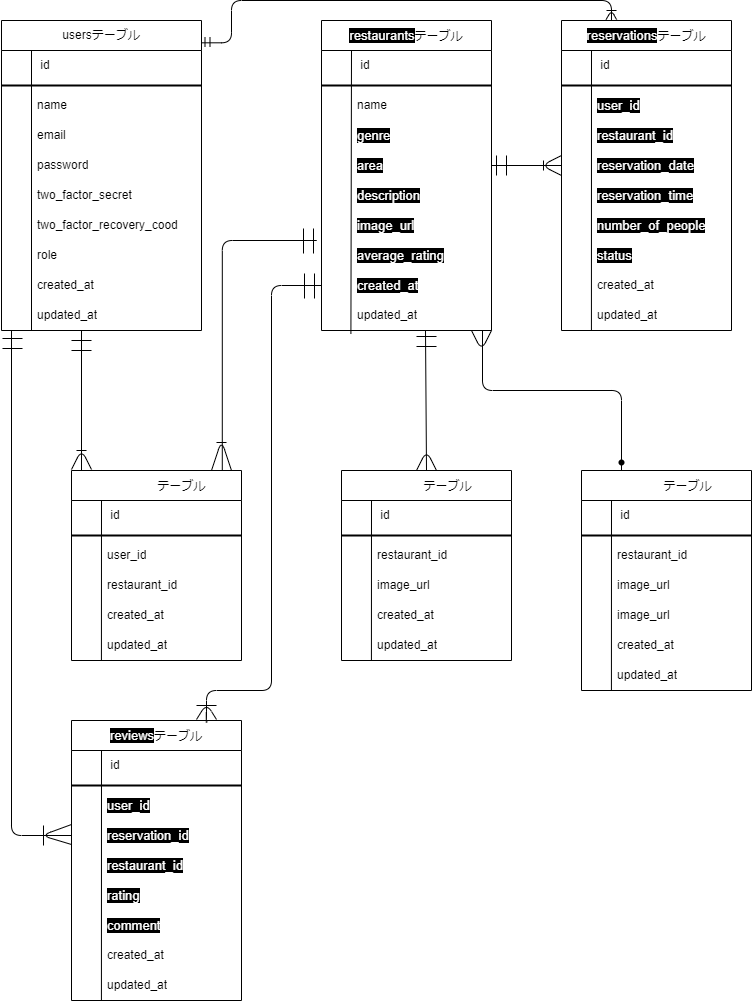
Earlier version of the draw.io export src/index.drawio.png (simanuki0923/Reservation-System). Source tidied: cells renumbered, new cells last; positions are measured from the earlier drawing's top-left corner, leaving out a move shared by most shapes.
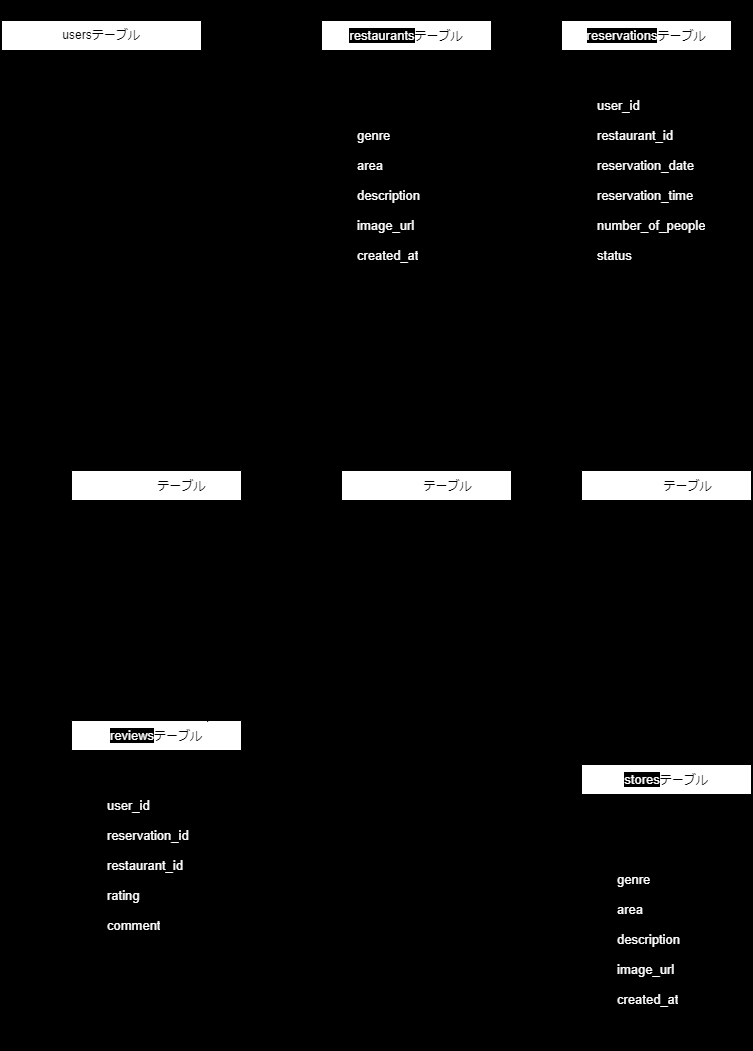
The same file after the commit.

What changed in the source:
```diff
@@ -1,4 +1,4 @@
-<mxGraphModel>
+<mxGraphModel background="#000000">
   <root>
     <mxCell id="0" />
     <mxCell id="1" parent="0" />
@@ -67,7 +67,7 @@
       <mxGeometry y="280" width="170" height="30" as="geometry" />
     </mxCell>
     <mxCell id="22" value="&lt;span style=&quot;color: rgb(255, 255, 255); font-family: Arial; font-size: 13px; text-align: left; background-color: rgb(0, 0, 0);&quot;&gt;restaurants&lt;/span&gt;テーブル" style="swimlane;fontStyle=0;horizontal=1;startSize=30;whiteSpace=wrap;html=1;" parent="1" vertex="1">
-      <mxGeometry x="320" y="20" width="170" height="310" as="geometry" />
+      <mxGeometry x="320" y="20" width="170" height="280" as="geometry" />
     </mxCell>
     <mxCell id="23" value="&amp;nbsp; &amp;nbsp; &amp;nbsp; &amp;nbsp; &amp;nbsp; id" style="text;strokeColor=none;fillColor=none;align=left;verticalAlign=middle;spacingLeft=4;spacingRight=4;overflow=hidden;whiteSpace=wrap;html=1;" parent="22" vertex="1">
       <mxGeometry y="30" width="170" height="30" as="geometry" />
@@ -95,14 +95,11 @@
     <mxCell id="30" value="&amp;nbsp; &amp;nbsp; &amp;nbsp; &amp;nbsp; &amp;nbsp;&lt;font face=&quot;Arial&quot; color=&quot;#ffffff&quot;&gt;&lt;span style=&quot;font-size: 13px; background-color: rgb(0, 0, 0);&quot;&gt;image_url&lt;/span&gt;&lt;/font&gt;" style="text;strokeColor=none;fillColor=none;align=left;verticalAlign=middle;spacingLeft=4;spacingRight=4;overflow=hidden;whiteSpace=wrap;html=1;" parent="22" vertex="1">
       <mxGeometry y="190" width="170" height="30" as="geometry" />
     </mxCell>
-    <mxCell id="31" value="&amp;nbsp; &amp;nbsp; &amp;nbsp; &amp;nbsp; &amp;nbsp;&lt;font face=&quot;Arial&quot; color=&quot;#ffffff&quot;&gt;&lt;span style=&quot;font-size: 13px; background-color: rgb(0, 0, 0);&quot;&gt;average_rating&lt;/span&gt;&lt;/font&gt;" style="text;strokeColor=none;fillColor=none;align=left;verticalAlign=middle;spacingLeft=4;spacingRight=4;overflow=hidden;whiteSpace=wrap;html=1;" parent="22" vertex="1">
-      <mxGeometry y="220" width="170" height="30" as="geometry" />
-    </mxCell>
     <mxCell id="32" value="&amp;nbsp; &amp;nbsp; &amp;nbsp; &amp;nbsp; &amp;nbsp;&lt;span style=&quot;color: rgb(255, 255, 255); font-family: Arial; font-size: 13px; background-color: rgb(0, 0, 0);&quot;&gt;created_at&lt;/span&gt;" style="text;strokeColor=none;fillColor=none;align=left;verticalAlign=middle;spacingLeft=4;spacingRight=4;overflow=hidden;points=[[0,0.5],[1,0.5]];portConstraint=eastwest;whiteSpace=wrap;html=1;" parent="22" vertex="1">
-      <mxGeometry y="250" width="170" height="30" as="geometry" />
+      <mxGeometry y="220" width="170" height="30" as="geometry" />
     </mxCell>
     <mxCell id="33" value="&amp;nbsp; &amp;nbsp; &amp;nbsp; &amp;nbsp; &amp;nbsp;updated_at" style="text;strokeColor=none;fillColor=none;align=left;verticalAlign=middle;spacingLeft=4;spacingRight=4;overflow=hidden;points=[[0,0.5],[1,0.5]];portConstraint=eastwest;whiteSpace=wrap;html=1;" parent="22" vertex="1">
-      <mxGeometry y="280" width="170" height="30" as="geometry" />
+      <mxGeometry y="250" width="170" height="30" as="geometry" />
     </mxCell>
     <mxCell id="34" value="usersテーブル" style="swimlane;fontStyle=0;horizontal=1;startSize=30;whiteSpace=wrap;html=1;" parent="1" vertex="1">
       <mxGeometry y="20" width="200" height="310" as="geometry" />
@@ -133,7 +130,7 @@
     <mxCell id="42" value="&amp;nbsp; &amp;nbsp; &amp;nbsp; &amp;nbsp; &amp;nbsp;two_factor_recovery_cood" style="text;strokeColor=none;fillColor=none;align=left;verticalAlign=middle;spacingLeft=4;spacingRight=4;overflow=hidden;whiteSpace=wrap;html=1;" parent="34" vertex="1">
       <mxGeometry y="190" width="200" height="30" as="geometry" />
     </mxCell>
-    <mxCell id="43" value="&amp;nbsp; &amp;nbsp; &amp;nbsp; &amp;nbsp; &amp;nbsp;role" style="text;strokeColor=none;fillColor=none;align=left;verticalAlign=middle;spacingLeft=4;spacingRight=4;overflow=hidden;whiteSpace=wrap;html=1;" parent="34" vertex="1">
+    <mxCell id="43" value="&amp;nbsp; &amp;nbsp; &amp;nbsp; &amp;nbsp; &amp;nbsp;email_verified_at" style="text;strokeColor=none;fillColor=none;align=left;verticalAlign=middle;spacingLeft=4;spacingRight=4;overflow=hidden;whiteSpace=wrap;html=1;" parent="34" vertex="1">
       <mxGeometry y="220" width="200" height="30" as="geometry" />
     </mxCell>
     <mxCell id="44" value="&amp;nbsp; &amp;nbsp; &amp;nbsp; &amp;nbsp; &amp;nbsp;created_at" style="text;strokeColor=none;fillColor=none;align=left;verticalAlign=middle;spacingLeft=4;spacingRight=4;overflow=hidden;whiteSpace=wrap;html=1;" parent="34" vertex="1">
@@ -178,7 +175,7 @@
       <mxGeometry y="250" width="170" height="30" as="geometry" />
     </mxCell>
     <mxCell id="57" value="&lt;div style=&quot;text-align: start;&quot;&gt;&lt;span style=&quot;background-color: initial;&quot;&gt;&lt;font face=&quot;Arial&quot; color=&quot;#ffffff&quot;&gt;&lt;span style=&quot;font-size: 13.3333px;&quot;&gt;images&lt;/span&gt;&lt;/font&gt;テーブル&lt;/span&gt;&lt;/div&gt;" style="swimlane;fontStyle=0;horizontal=1;startSize=30;whiteSpace=wrap;html=1;" parent="1" vertex="1">
-      <mxGeometry x="340" y="470" width="170" height="190" as="geometry" />
+      <mxGeometry x="340" y="470" width="170" height="160" as="geometry" />
     </mxCell>
     <mxCell id="58" value="&amp;nbsp; &amp;nbsp; &amp;nbsp; &amp;nbsp; &amp;nbsp; id" style="text;strokeColor=none;fillColor=none;align=left;verticalAlign=middle;spacingLeft=4;spacingRight=4;overflow=hidden;whiteSpace=wrap;html=1;" parent="57" vertex="1">
       <mxGeometry y="30" width="170" height="30" as="geometry" />
@@ -191,17 +188,14 @@
         <mxPoint x="30" y="30" as="targetPoint" />
       </mxGeometry>
     </mxCell>
-    <mxCell id="61" value="&amp;nbsp; &amp;nbsp; &amp;nbsp; &amp;nbsp; &amp;nbsp;restaurant_id" style="text;strokeColor=none;fillColor=none;align=left;verticalAlign=middle;spacingLeft=4;spacingRight=4;overflow=hidden;whiteSpace=wrap;html=1;" parent="57" vertex="1">
-      <mxGeometry y="70" width="170" height="30" as="geometry" />
-    </mxCell>
-    <mxCell id="62" value="&amp;nbsp; &amp;nbsp; &amp;nbsp; &amp;nbsp; &amp;nbsp;image_url" style="text;strokeColor=none;fillColor=none;align=left;verticalAlign=middle;spacingLeft=4;spacingRight=4;overflow=hidden;whiteSpace=wrap;html=1;" parent="57" vertex="1">
-      <mxGeometry y="100" width="170" height="30" as="geometry" />
+    <mxCell id="62" value="&amp;nbsp; &amp;nbsp; &amp;nbsp; &amp;nbsp; &amp;nbsp;path" style="text;strokeColor=none;fillColor=none;align=left;verticalAlign=middle;spacingLeft=4;spacingRight=4;overflow=hidden;whiteSpace=wrap;html=1;" parent="57" vertex="1">
+      <mxGeometry y="70" width="170" height="30" as="geometry" />
     </mxCell>
     <mxCell id="63" value="&amp;nbsp; &amp;nbsp; &amp;nbsp; &amp;nbsp; &amp;nbsp;created_at" style="text;strokeColor=none;fillColor=none;align=left;verticalAlign=middle;spacingLeft=4;spacingRight=4;overflow=hidden;whiteSpace=wrap;html=1;" parent="57" vertex="1">
-      <mxGeometry y="130" width="170" height="30" as="geometry" />
+      <mxGeometry y="100" width="170" height="30" as="geometry" />
     </mxCell>
     <mxCell id="64" value="&amp;nbsp; &amp;nbsp; &amp;nbsp; &amp;nbsp; &amp;nbsp;updated_at" style="text;strokeColor=none;fillColor=none;align=left;verticalAlign=middle;spacingLeft=4;spacingRight=4;overflow=hidden;points=[[0,0.5],[1,0.5]];portConstraint=eastwest;whiteSpace=wrap;html=1;" parent="57" vertex="1">
-      <mxGeometry y="160" width="170" height="30" as="geometry" />
+      <mxGeometry y="130" width="170" height="30" as="geometry" />
     </mxCell>
     <mxCell id="65" style="endArrow=none;html=1;" parent="1" edge="1">
       <mxGeometry relative="1" as="geometry">
@@ -259,7 +253,7 @@
         </Array>
       </mxGeometry>
     </mxCell>
-    <mxCell id="74" style="endArrow=none;html=1;exitX=0;exitY=0.5;exitDx=0;exitDy=0;entryX=1;entryY=0.5;entryDx=0;entryDy=0;" parent="1" edge="1" source="16" target="28">
+    <mxCell id="74" style="endArrow=none;html=1;exitX=0;exitY=0.5;exitDx=0;exitDy=0;" parent="1" edge="1" source="16" target="28">
       <mxGeometry relative="1" as="geometry" />
     </mxCell>
     <mxCell id="75" style="endArrow=none;html=1;" parent="1" edge="1">
@@ -351,23 +345,6 @@
         <mxPoint x="615" y="10" as="targetPoint" />
       </mxGeometry>
     </mxCell>
-    <mxCell id="89" style="endArrow=none;html=1;exitX=0.5;exitY=0;exitDx=0;exitDy=0;" parent="1" edge="1" source="57">
-      <mxGeometry relative="1" as="geometry">
-        <mxPoint x="424" y="330" as="targetPoint" />
-      </mxGeometry>
-    </mxCell>
-    <mxCell id="90" style="shape=partialRectangle;whiteSpace=wrap;html=1;left=0;right=0;fillColor=none;" parent="1" vertex="1">
-      <mxGeometry x="415" y="336" width="20" height="10" as="geometry" />
-    </mxCell>
-    <mxCell id="91" style="endArrow=none;html=1;" parent="1" edge="1">
-      <mxGeometry relative="1" as="geometry">
-        <mxPoint x="415" y="470" as="sourcePoint" />
-        <mxPoint x="435" y="470" as="targetPoint" />
-        <Array as="points">
-          <mxPoint x="425" y="450" />
-        </Array>
-      </mxGeometry>
-    </mxCell>
     <mxCell id="92" value="&lt;div style=&quot;text-align: start;&quot;&gt;&lt;span style=&quot;background-color: initial;&quot;&gt;&lt;font face=&quot;Arial&quot; color=&quot;#ffffff&quot;&gt;&lt;span style=&quot;font-size: 13.3333px;&quot;&gt;admins&lt;/span&gt;&lt;/font&gt;テーブル&lt;/span&gt;&lt;/div&gt;" style="swimlane;fontStyle=0;horizontal=1;startSize=30;whiteSpace=wrap;html=1;" parent="1" vertex="1">
       <mxGeometry x="580" y="470" width="170" height="220" as="geometry" />
     </mxCell>
@@ -397,27 +374,75 @@
     <mxCell id="100" value="&amp;nbsp; &amp;nbsp; &amp;nbsp; &amp;nbsp; &amp;nbsp;updated_at" style="text;strokeColor=none;fillColor=none;align=left;verticalAlign=middle;spacingLeft=4;spacingRight=4;overflow=hidden;points=[[0,0.5],[1,0.5]];portConstraint=eastwest;whiteSpace=wrap;html=1;" parent="92" vertex="1">
       <mxGeometry y="190" width="170" height="30" as="geometry" />
     </mxCell>
-    <mxCell id="101" style="endArrow=none;html=1;edgeStyle=orthogonalEdgeStyle;" parent="1" edge="1">
-      <mxGeometry relative="1" as="geometry">
-        <mxPoint x="620" y="470" as="sourcePoint" />
-        <mxPoint x="480" y="330" as="targetPoint" />
-        <Array as="points">
-          <mxPoint x="620" y="390" />
-          <mxPoint x="481" y="390" />
-        </Array>
-      </mxGeometry>
-    </mxCell>
-    <mxCell id="102" style="endArrow=none;html=1;" parent="1" edge="1">
-      <mxGeometry relative="1" as="geometry">
-        <mxPoint x="470" y="330" as="sourcePoint" />
-        <mxPoint x="490" y="330" as="targetPoint" />
-        <Array as="points">
-          <mxPoint x="480" y="350" />
-        </Array>
-      </mxGeometry>
-    </mxCell>
-    <mxCell id="103" style="shape=waypoint;sketch=0;fillStyle=solid;size=6;fillColor=none;perimeter=centerPerimeter;" parent="1" vertex="1">
-      <mxGeometry x="610" y="452" width="20" height="20" as="geometry" />
-    </mxCell>
+    <mxCell id="104" style="endArrow=none;html=1;" parent="1" edge="1">
+      <mxGeometry relative="1" as="geometry">
+        <mxPoint x="510" y="555" as="sourcePoint" />
+        <mxPoint x="581" y="555" as="targetPoint" />
+      </mxGeometry>
+    </mxCell>
+    <mxCell id="105" style="shape=partialRectangle;whiteSpace=wrap;html=1;left=0;right=0;fillColor=none;rotation=90;" parent="1" vertex="1">
+      <mxGeometry x="560" y="552" width="21.5" height="6.8" as="geometry" />
+    </mxCell>
+    <mxCell id="106" style="endArrow=none;html=1;" parent="1" edge="1">
+      <mxGeometry relative="1" as="geometry">
+        <mxPoint x="510" y="563" as="sourcePoint" />
+        <mxPoint x="510" y="549" as="targetPoint" />
+        <Array as="points">
+          <mxPoint x="523" y="555" />
+        </Array>
+      </mxGeometry>
+    </mxCell>
+    <mxCell id="107" value="&lt;div style=&quot;text-align: left;&quot;&gt;&lt;font face=&quot;Arial&quot; color=&quot;#ffffff&quot;&gt;&lt;span style=&quot;font-size: 13px; background-color: rgb(0, 0, 0);&quot;&gt;stores&lt;/span&gt;&lt;/font&gt;&lt;span style=&quot;background-color: initial;&quot;&gt;テーブル&lt;/span&gt;&lt;/div&gt;" style="swimlane;fontStyle=0;horizontal=1;startSize=30;whiteSpace=wrap;html=1;" parent="1" vertex="1">
+      <mxGeometry x="580" y="764" width="170" height="280" as="geometry" />
+    </mxCell>
+    <mxCell id="108" value="&amp;nbsp; &amp;nbsp; &amp;nbsp; &amp;nbsp; &amp;nbsp; id" style="text;strokeColor=none;fillColor=none;align=left;verticalAlign=middle;spacingLeft=4;spacingRight=4;overflow=hidden;whiteSpace=wrap;html=1;" parent="107" vertex="1">
+      <mxGeometry y="30" width="170" height="30" as="geometry" />
+    </mxCell>
+    <mxCell id="109" style="line;strokeWidth=2;html=1;" parent="107" vertex="1">
+      <mxGeometry y="60" width="170" height="10" as="geometry" />
+    </mxCell>
+    <mxCell id="110" style="endArrow=none;html=1;exitX=0.173;exitY=1.117;exitDx=0;exitDy=0;exitPerimeter=0;" parent="107" edge="1" source="117">
+      <mxGeometry relative="1" as="geometry">
+        <mxPoint x="30" y="30" as="targetPoint" />
+      </mxGeometry>
+    </mxCell>
+    <mxCell id="111" value="&amp;nbsp; &amp;nbsp; &amp;nbsp; &amp;nbsp; &amp;nbsp;name" style="text;strokeColor=none;fillColor=none;align=left;verticalAlign=middle;spacingLeft=4;spacingRight=4;overflow=hidden;whiteSpace=wrap;html=1;" parent="107" vertex="1">
+      <mxGeometry y="70" width="170" height="30" as="geometry" />
+    </mxCell>
+    <mxCell id="112" value="&amp;nbsp; &amp;nbsp; &amp;nbsp; &amp;nbsp; &amp;nbsp;&lt;span style=&quot;color: rgb(255, 255, 255); font-family: Arial; font-size: 13px; background-color: rgb(0, 0, 0);&quot;&gt;genre&lt;/span&gt;" style="text;strokeColor=none;fillColor=none;align=left;verticalAlign=middle;spacingLeft=4;spacingRight=4;overflow=hidden;whiteSpace=wrap;html=1;" parent="107" vertex="1">
+      <mxGeometry y="100" width="170" height="30" as="geometry" />
+    </mxCell>
+    <mxCell id="113" value="&amp;nbsp; &amp;nbsp; &amp;nbsp; &amp;nbsp; &amp;nbsp;&lt;span style=&quot;color: rgb(255, 255, 255); font-family: Arial; font-size: 13px; background-color: rgb(0, 0, 0);&quot;&gt;area&lt;/span&gt;" style="text;strokeColor=none;fillColor=none;align=left;verticalAlign=middle;spacingLeft=4;spacingRight=4;overflow=hidden;whiteSpace=wrap;html=1;" parent="107" vertex="1">
+      <mxGeometry y="130" width="170" height="30" as="geometry" />
+    </mxCell>
+    <mxCell id="114" value="&amp;nbsp; &amp;nbsp; &amp;nbsp; &amp;nbsp; &amp;nbsp;&lt;span style=&quot;color: rgb(255, 255, 255); font-family: Arial; font-size: 13px; background-color: rgb(0, 0, 0);&quot;&gt;description&lt;/span&gt;" style="text;strokeColor=none;fillColor=none;align=left;verticalAlign=middle;spacingLeft=4;spacingRight=4;overflow=hidden;whiteSpace=wrap;html=1;" parent="107" vertex="1">
+      <mxGeometry y="160" width="170" height="30" as="geometry" />
+    </mxCell>
+    <mxCell id="115" value="&amp;nbsp; &amp;nbsp; &amp;nbsp; &amp;nbsp; &amp;nbsp;&lt;font face=&quot;Arial&quot; color=&quot;#ffffff&quot;&gt;&lt;span style=&quot;font-size: 13px; background-color: rgb(0, 0, 0);&quot;&gt;image_url&lt;/span&gt;&lt;/font&gt;" style="text;strokeColor=none;fillColor=none;align=left;verticalAlign=middle;spacingLeft=4;spacingRight=4;overflow=hidden;whiteSpace=wrap;html=1;" parent="107" vertex="1">
+      <mxGeometry y="190" width="170" height="30" as="geometry" />
+    </mxCell>
+    <mxCell id="116" value="&amp;nbsp; &amp;nbsp; &amp;nbsp; &amp;nbsp; &amp;nbsp;&lt;span style=&quot;color: rgb(255, 255, 255); font-family: Arial; font-size: 13px; background-color: rgb(0, 0, 0);&quot;&gt;created_at&lt;/span&gt;" style="text;strokeColor=none;fillColor=none;align=left;verticalAlign=middle;spacingLeft=4;spacingRight=4;overflow=hidden;whiteSpace=wrap;html=1;" parent="107" vertex="1">
+      <mxGeometry y="220" width="170" height="30" as="geometry" />
+    </mxCell>
+    <mxCell id="117" value="&amp;nbsp; &amp;nbsp; &amp;nbsp; &amp;nbsp; &amp;nbsp;updated_at" style="text;strokeColor=none;fillColor=none;align=left;verticalAlign=middle;spacingLeft=4;spacingRight=4;overflow=hidden;points=[[0,0.5],[1,0.5]];portConstraint=eastwest;whiteSpace=wrap;html=1;" parent="107" vertex="1">
+      <mxGeometry y="250" width="170" height="30" as="geometry" />
+    </mxCell>
+    <mxCell id="118" style="endArrow=none;html=1;entryX=0.428;entryY=1.082;entryDx=0;entryDy=0;entryPerimeter=0;" parent="1" edge="1" target="100">
+      <mxGeometry relative="1" as="geometry">
+        <mxPoint x="653" y="761" as="sourcePoint" />
+      </mxGeometry>
+    </mxCell>
+    <mxCell id="119" style="endArrow=none;html=1;" parent="1" edge="1">
+      <mxGeometry relative="1" as="geometry">
+        <mxPoint x="643" y="762" as="sourcePoint" />
+        <mxPoint x="665" y="762" as="targetPoint" />
+        <Array as="points">
+          <mxPoint x="653" y="738" />
+        </Array>
+      </mxGeometry>
+    </mxCell>
+    <mxCell id="120" style="shape=waypoint;sketch=0;fillStyle=solid;size=6;fillColor=none;perimeter=centerPerimeter;" parent="1" vertex="1">
+      <mxGeometry x="642" y="692" width="20" height="20" as="geometry" />
+    </mxCell>
   </root>
 </mxGraphModel>
```
